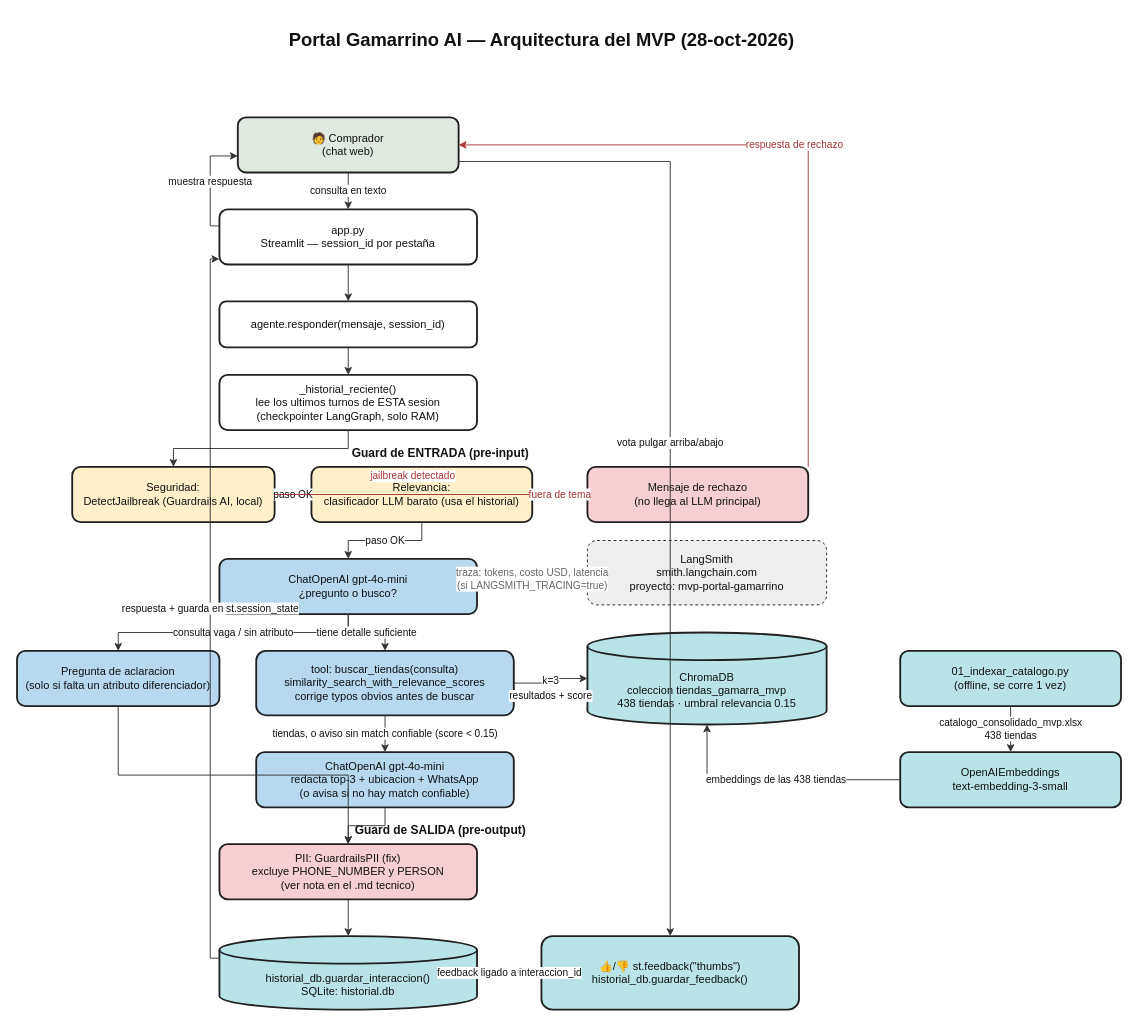
Earlier version of the draw.io diagram MVP_Portal_Gamarrino/DIAGRAMA_ARQUITECTURA.drawio (chris2009/portal-gamarrino-AI). Source tidied: cells renumbered, new cells numbered last; positions are measured from the earlier drawing's top-left corner, leaving out a move shared by most shapes. Both pictures are drawn from the tidied source at 92%, with x=0, y=0 at pixel (17, 16).
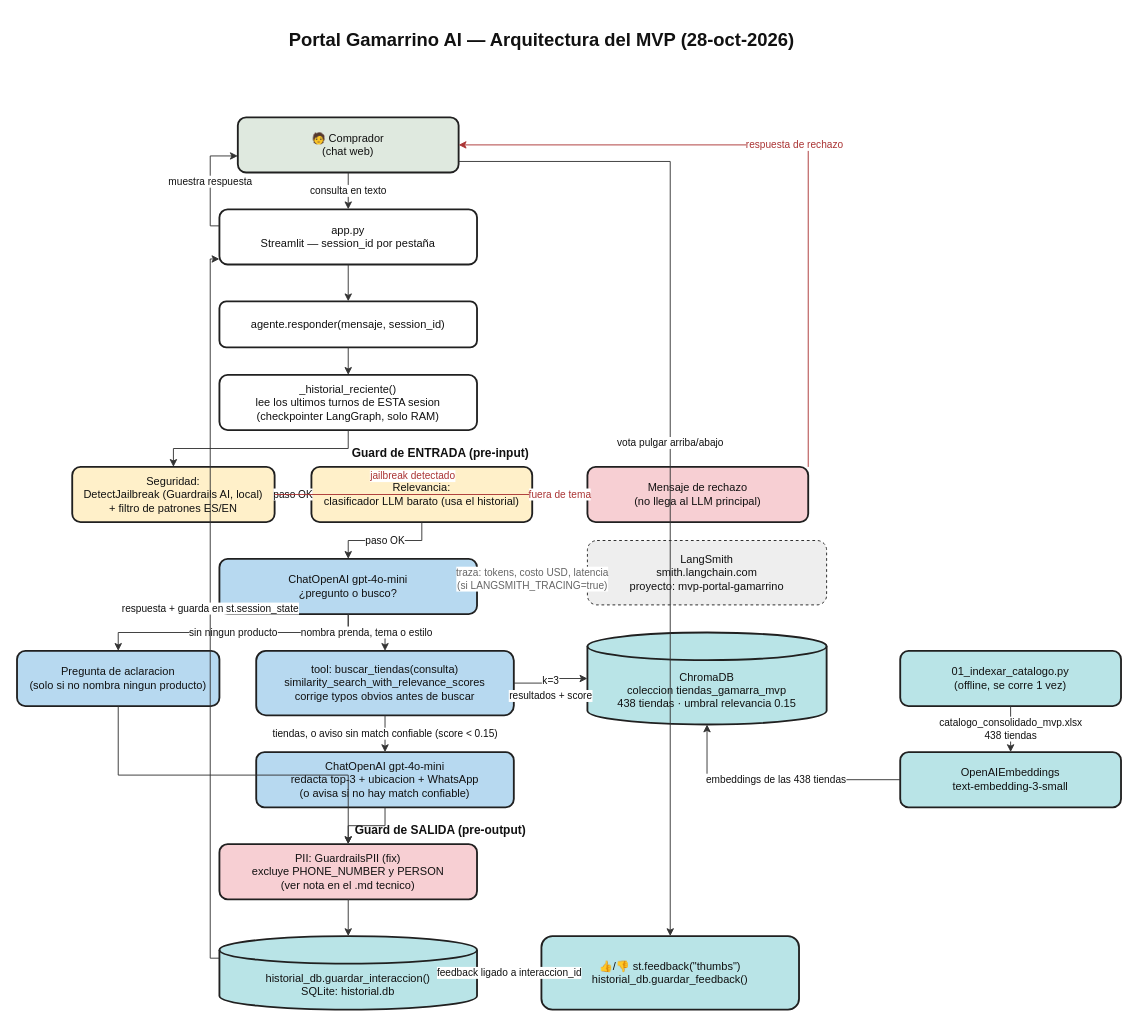
Above is the later version.

Unchanged cells that the change refers to:
```xml
<mxCell id="11" value="ChatOpenAI gpt-4o-mini&#10;¿pregunto o busco?" style="rounded=1;whiteSpace=wrap;html=1;fillColor=#b7d9f0;strokeColor=#202020;strokeWidth=2;fontColor=#111111;fontSize=12;" parent="1" vertex="1">
  <mxGeometry x="220" y="590" width="280" height="60" as="geometry" />
</mxCell>
<mxCell id="13" value="tool: buscar_tiendas(consulta)&#10;similarity_search_with_relevance_scores&#10;corrige typos obvios antes de buscar" style="rounded=1;whiteSpace=wrap;html=1;fillColor=#b7d9f0;strokeColor=#202020;strokeWidth=2;fontColor=#111111;fontSize=12;" parent="1" vertex="1">
  <mxGeometry x="260" y="690" width="280" height="70" as="geometry" />
</mxCell>
```

The edit, as a diff of the source:
```diff
@@
-    <mxCell id="8" value="Seguridad:&#10;DetectJailbreak (Guardrails AI, local)" style="rounded=1;whiteSpace=wrap;html=1;fillColor=#fff0c9;strokeColor=#202020;strokeWidth=2;fontColor=#111111;fontSize=12;" parent="1" vertex="1">
+    <mxCell id="8" value="Seguridad:&#10;DetectJailbreak (Guardrails AI, local)&#10;+ filtro de patrones ES/EN" style="rounded=1;whiteSpace=wrap;html=1;fillColor=#fff0c9;strokeColor=#202020;strokeWidth=2;fontColor=#111111;fontSize=12;" parent="1" vertex="1">
       <mxGeometry x="60" y="490" width="220" height="60" as="geometry" />
     </mxCell>
@@
-    <mxCell id="12" value="Pregunta de aclaracion&#10;(solo si falta un atributo diferenciador)" style="rounded=1;whiteSpace=wrap;html=1;fillColor=#b7d9f0;strokeColor=#202020;strokeWidth=2;fontColor=#111111;fontSize=12;" parent="1" vertex="1">
+    <mxCell id="12" value="Pregunta de aclaracion&#10;(solo si no nombra ningun producto)" style="rounded=1;whiteSpace=wrap;html=1;fillColor=#b7d9f0;strokeColor=#202020;strokeWidth=2;fontColor=#111111;fontSize=12;" parent="1" vertex="1">
       <mxGeometry y="690" width="220" height="60" as="geometry" />
     </mxCell>
@@
-    <mxCell id="32" value="consulta vaga / sin atributo" style="edgeStyle=orthogonalEdgeStyle;rounded=0;html=1;strokeColor=#333333;fontColor=#111111;fontSize=11;" parent="1" edge="1" source="11" target="12">
+    <mxCell id="32" value="sin ningun producto" style="edgeStyle=orthogonalEdgeStyle;rounded=0;html=1;strokeColor=#333333;fontColor=#111111;fontSize=11;" parent="1" edge="1" source="11" target="12">
       <mxGeometry relative="1" as="geometry" />
     </mxCell>
-    <mxCell id="33" value="tiene detalle suficiente" style="edgeStyle=orthogonalEdgeStyle;rounded=0;html=1;strokeColor=#333333;fontColor=#111111;fontSize=11;" parent="1" edge="1" source="11" target="13">
+    <mxCell id="33" value="nombra prenda, tema o estilo" style="edgeStyle=orthogonalEdgeStyle;rounded=0;html=1;strokeColor=#333333;fontColor=#111111;fontSize=11;" parent="1" edge="1" source="11" target="13">
       <mxGeometry relative="1" as="geometry" />
     </mxCell>
```
